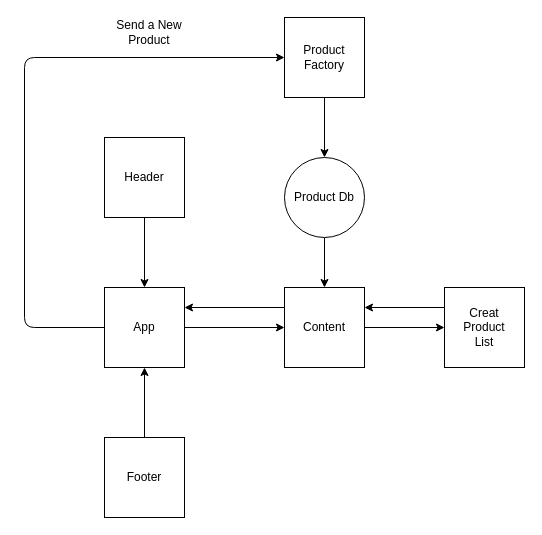
Above: src/assets/img/squeme.drawio in AndreGomesSilva/alura-geek (draw.io), before the change. Source tidied: cells renumbered, new cells numbered last; positions are measured from the earlier drawing's top-left corner, leaving out a move shared by most shapes. Both pictures are drawn from the tidied source at 100%, with x=0, y=0 at pixel (24, 17).
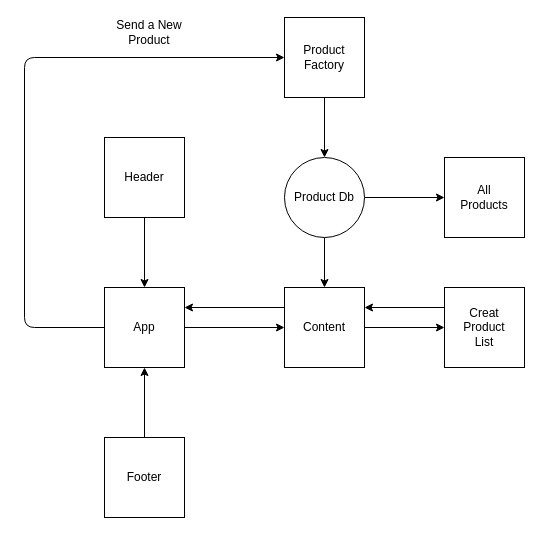
After the change.

The change refers to these unchanged cells:
```xml
<mxCell id="10" value="Product Db" style="ellipse;whiteSpace=wrap;html=1;" parent="1" vertex="1">
  <mxGeometry x="260" y="140" width="80" height="80" as="geometry" />
</mxCell>
```

Diff of the diagram source:
```diff
@@
+    <mxCell id="19" style="edgeStyle=none;html=1;" parent="1" edge="1" source="10" target="20">
+      <mxGeometry relative="1" as="geometry" />
+    </mxCell>
@@
+    <mxCell id="20" value="All&lt;br&gt;Products" style="whiteSpace=wrap;html=1;" parent="1" vertex="1">
+      <mxGeometry x="420" y="140" width="80" height="80" as="geometry" />
+    </mxCell>
```
